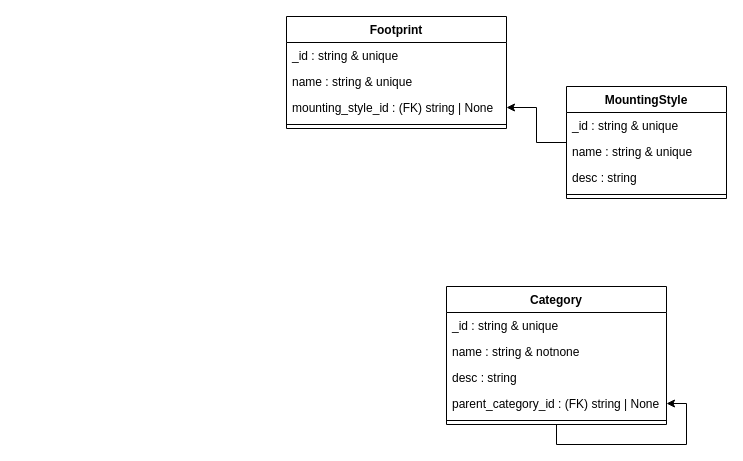
Before: docs/elements-classes.drawio in nils-ost/Inventory4Parts, a draw.io diagram. Source tidied: cells renumbered, new cells numbered last; positions are measured from the earlier drawing's top-left corner, leaving out a move shared by most shapes. Both pictures are drawn from the tidied source at 100%, with x=0, y=0 at pixel (286, 16).
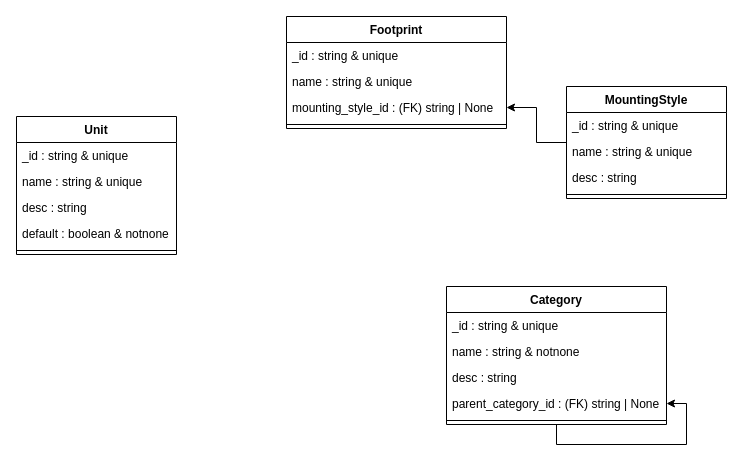
The same diagram, later.

Change to the diagram source:
```diff
@@
+    <mxCell id="20" value="Unit" style="swimlane;fontStyle=1;align=center;verticalAlign=top;horizontal=1;startSize=26;" parent="1" vertex="1">
+      <mxGeometry x="-270" y="100" width="160" height="138" as="geometry" />
+    </mxCell>
+    <mxCell id="21" value="_id : string &amp; unique" style="text;strokeColor=none;fillColor=none;align=left;verticalAlign=top;spacingLeft=4;spacingRight=4;overflow=hidden;" parent="20" vertex="1">
+      <mxGeometry y="26" width="160" height="26" as="geometry" />
+    </mxCell>
+    <mxCell id="22" value="name : string &amp; unique" style="text;strokeColor=none;fillColor=none;align=left;verticalAlign=top;spacingLeft=4;spacingRight=4;overflow=hidden;" parent="20" vertex="1">
+      <mxGeometry y="52" width="160" height="26" as="geometry" />
+    </mxCell>
+    <mxCell id="23" value="desc : string" style="text;strokeColor=none;fillColor=none;align=left;verticalAlign=top;spacingLeft=4;spacingRight=4;overflow=hidden;" parent="20" vertex="1">
+      <mxGeometry y="78" width="160" height="26" as="geometry" />
+    </mxCell>
+    <mxCell id="24" value="default : boolean &amp; notnone" style="text;strokeColor=none;fillColor=none;align=left;verticalAlign=top;spacingLeft=4;spacingRight=4;overflow=hidden;" parent="20" vertex="1">
+      <mxGeometry y="104" width="160" height="26" as="geometry" />
+    </mxCell>
+    <mxCell id="25" style="line;strokeWidth=1;fillColor=none;align=left;verticalAlign=middle;spacingTop=-1;spacingLeft=3;spacingRight=3;labelPosition=right;" parent="20" vertex="1">
+      <mxGeometry y="130" width="160" height="8" as="geometry" />
+    </mxCell>
```
